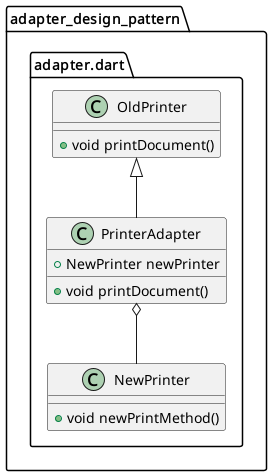
FedericoCalabro/Medium keeps this PlantUML diagram as design_patterns_explained_(with_code)/_7_adapter_design_pattern_explained/diagram.png. Above is the earlier version. Its diagram source:
```plantuml
@startuml
set namespaceSeparator ::

class "adapter_design_pattern::adapter.dart::OldPrinter" {
  +void printDocument()
}

class "adapter_design_pattern::adapter.dart::NewPrinter" {
  +void newPrintMethod()
}

class "adapter_design_pattern::adapter.dart::PrinterAdapter" {
  +NewPrinter newPrinter
  +void printDocument()
}

"adapter_design_pattern::adapter.dart::PrinterAdapter" o-- "adapter_design_pattern::adapter.dart::NewPrinter"
"adapter_design_pattern::adapter.dart::OldPrinter" <|-- "adapter_design_pattern::adapter.dart::PrinterAdapter"


@enduml
```
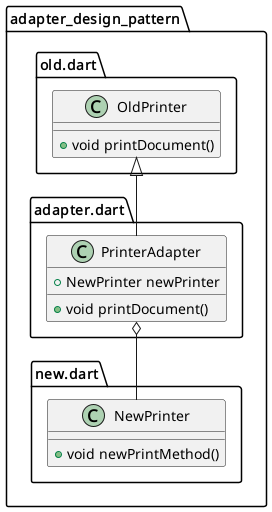
The same diagram one commit later.

Commit message:
adapter done, missing link

What changed in the source:
```diff
@@ -1,21 +1,21 @@
 @startuml
 set namespaceSeparator ::
-
-class "adapter_design_pattern::adapter.dart::OldPrinter" {
-  +void printDocument()
-}
-
-class "adapter_design_pattern::adapter.dart::NewPrinter" {
-  +void newPrintMethod()
-}
 
 class "adapter_design_pattern::adapter.dart::PrinterAdapter" {
   +NewPrinter newPrinter
   +void printDocument()
 }
 
-"adapter_design_pattern::adapter.dart::PrinterAdapter" o-- "adapter_design_pattern::adapter.dart::NewPrinter"
-"adapter_design_pattern::adapter.dart::OldPrinter" <|-- "adapter_design_pattern::adapter.dart::PrinterAdapter"
+"adapter_design_pattern::adapter.dart::PrinterAdapter" o-- "adapter_design_pattern::new.dart::NewPrinter"
+"adapter_design_pattern::old.dart::OldPrinter" <|-- "adapter_design_pattern::adapter.dart::PrinterAdapter"
+
+class "adapter_design_pattern::new.dart::NewPrinter" {
+  +void newPrintMethod()
+}
+
+class "adapter_design_pattern::old.dart::OldPrinter" {
+  +void printDocument()
+}
 
 
 @enduml
```
